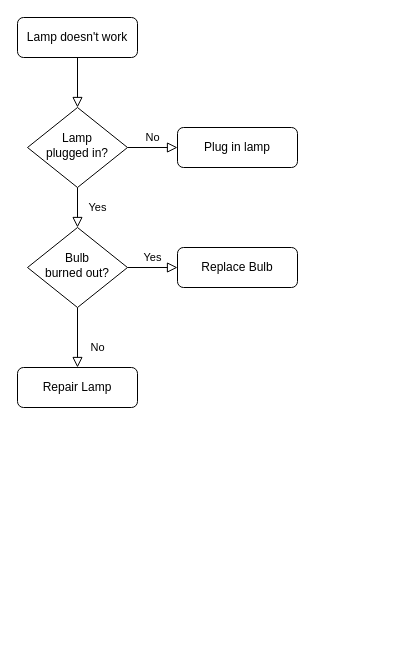
Earlier version of the draw.io diagram Hangman.drawio (matpengfc/Python-Bootcamp). Source tidied: cells renumbered, new cells numbered last; positions are measured from the earlier drawing's top-left corner, leaving out a move shared by most shapes. Both pictures are drawn from the tidied source at 100%, with x=0, y=0 at pixel (17, 17).
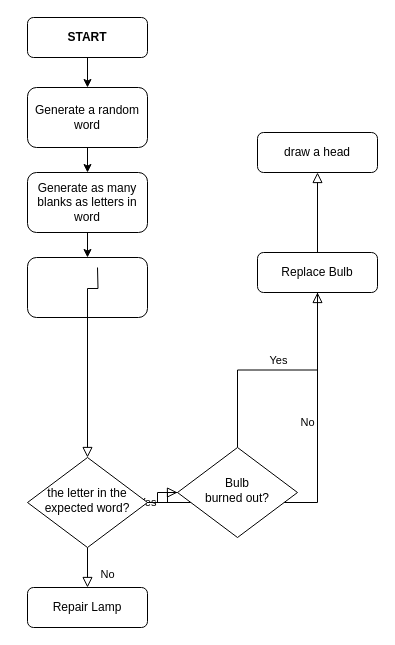
The same diagram, later.

The edit, as a diff of the source:
```diff
@@
-    <mxCell id="2" style="rounded=0;html=1;jettySize=auto;fontSize=11;endArrow=block;endFill=0;endSize=8;strokeWidth=1;shadow=0;labelBackgroundColor=none;edgeStyle=orthogonalEdgeStyle;" parent="1" edge="1" source="3" target="6">
+    <mxCell id="2" style="rounded=0;html=1;jettySize=auto;fontSize=11;endArrow=block;endFill=0;endSize=8;strokeWidth=1;shadow=0;labelBackgroundColor=none;edgeStyle=orthogonalEdgeStyle;startArrow=none;" parent="1" edge="1" source="19" target="6">
       <mxGeometry relative="1" as="geometry" />
     </mxCell>
-    <mxCell id="3" value="Lamp doesn't work" style="rounded=1;whiteSpace=wrap;html=1;fontSize=12;glass=0;strokeWidth=1;shadow=0;" parent="1" vertex="1">
-      <mxGeometry width="120" height="40" as="geometry" />
+    <mxCell id="3" value="&lt;b&gt;START&lt;/b&gt;" style="rounded=1;whiteSpace=wrap;html=1;fontSize=12;glass=0;strokeWidth=1;shadow=0;" parent="1" vertex="1">
+      <mxGeometry x="10" width="120" height="40" as="geometry" />
     </mxCell>
@@
-    <mxCell id="6" value="Lamp&lt;br&gt;plugged in?" style="rhombus;whiteSpace=wrap;html=1;shadow=0;fontFamily=Helvetica;fontSize=12;align=center;strokeWidth=1;spacing=6;spacingTop=-4;" parent="1" vertex="1">
-      <mxGeometry x="10" y="90" width="100" height="80" as="geometry" />
-    </mxCell>
-    <mxCell id="7" value="Plug in lamp" style="rounded=1;whiteSpace=wrap;html=1;fontSize=12;glass=0;strokeWidth=1;shadow=0;" parent="1" vertex="1">
-      <mxGeometry x="160" y="110" width="120" height="40" as="geometry" />
+    <mxCell id="7" value="draw a head" style="rounded=1;whiteSpace=wrap;html=1;fontSize=12;glass=0;strokeWidth=1;shadow=0;" parent="1" vertex="1">
+      <mxGeometry x="240" y="115" width="120" height="40" as="geometry" />
     </mxCell>
-    <mxCell id="8" value="No" style="rounded=0;html=1;jettySize=auto;fontSize=11;endArrow=block;endFill=0;endSize=8;strokeWidth=1;shadow=0;labelBackgroundColor=none;edgeStyle=orthogonalEdgeStyle;" parent="1" edge="1" source="10" target="11">
+    <mxCell id="8" value="No" style="rounded=0;html=1;jettySize=auto;fontSize=11;endArrow=block;endFill=0;endSize=8;strokeWidth=1;shadow=0;labelBackgroundColor=none;edgeStyle=orthogonalEdgeStyle;startArrow=none;" parent="1" edge="1" source="6" target="11">
       <mxGeometry x="0.33" y="20" relative="1" as="geometry" />
     </mxCell>
@@
     <mxCell id="10" value="Bulb&lt;br&gt;burned out?" style="rhombus;whiteSpace=wrap;html=1;shadow=0;fontFamily=Helvetica;fontSize=12;align=center;strokeWidth=1;spacing=6;spacingTop=-4;" parent="1" vertex="1">
-      <mxGeometry x="10" y="210" width="100" height="80" as="geometry" />
+      <mxGeometry x="160" y="430" width="120" height="90" as="geometry" />
     </mxCell>
     <mxCell id="11" value="Repair Lamp" style="rounded=1;whiteSpace=wrap;html=1;fontSize=12;glass=0;strokeWidth=1;shadow=0;" parent="1" vertex="1">
-      <mxGeometry y="350" width="120" height="40" as="geometry" />
+      <mxGeometry x="10" y="570" width="120" height="40" as="geometry" />
     </mxCell>
     <mxCell id="12" value="Replace Bulb" style="rounded=1;whiteSpace=wrap;html=1;fontSize=12;glass=0;strokeWidth=1;shadow=0;" parent="1" vertex="1">
-      <mxGeometry x="160" y="230" width="120" height="40" as="geometry" />
+      <mxGeometry x="240" y="235" width="120" height="40" as="geometry" />
     </mxCell>
+    <mxCell id="13" style="edgeStyle=orthogonalEdgeStyle;rounded=0;jettySize=auto;html=1;" parent="1" edge="1" source="3" target="15">
+      <mxGeometry relative="1" as="geometry" />
+    </mxCell>
+    <mxCell id="14" style="edgeStyle=orthogonalEdgeStyle;rounded=0;jettySize=auto;html=1;" parent="1" edge="1" source="15" target="17">
+      <mxGeometry relative="1" as="geometry" />
+    </mxCell>
+    <mxCell id="15" value="Generate a random word" style="rounded=1;whiteSpace=wrap;html=1;" parent="1" vertex="1">
+      <mxGeometry x="10" y="70" width="120" height="60" as="geometry" />
+    </mxCell>
+    <mxCell id="16" style="edgeStyle=orthogonalEdgeStyle;rounded=0;jettySize=auto;html=1;exitX=0.5;exitY=1;exitDx=0;exitDy=0;entryX=0.5;entryY=0;entryDx=0;entryDy=0;" parent="1" edge="1" source="17" target="19">
+      <mxGeometry relative="1" as="geometry" />
+    </mxCell>
+    <mxCell id="17" value="Generate as many blanks as letters in word" style="rounded=1;whiteSpace=wrap;html=1;" parent="1" vertex="1">
+      <mxGeometry x="10" y="155" width="120" height="60" as="geometry" />
+    </mxCell>
+    <mxCell id="6" value="the letter in the expected word?" style="rhombus;whiteSpace=wrap;html=1;shadow=0;fontFamily=Helvetica;fontSize=12;align=center;strokeWidth=1;spacing=6;spacingTop=-4;" parent="1" vertex="1">
+      <mxGeometry x="10" y="440" width="120" height="90" as="geometry" />
+    </mxCell>
+    <mxCell id="18" style="rounded=0;html=1;jettySize=auto;fontSize=11;endArrow=none;endFill=0;endSize=8;strokeWidth=1;shadow=0;labelBackgroundColor=none;edgeStyle=orthogonalEdgeStyle;" parent="1" edge="1" source="10" target="6">
+      <mxGeometry x="0.33" y="20" relative="1" as="geometry" />
+    </mxCell>
+    <mxCell id="19" style="rounded=1;whiteSpace=wrap;html=1;" parent="1" vertex="1">
+      <mxGeometry x="10" y="240" width="120" height="60" as="geometry" />
+    </mxCell>
+    <mxCell id="20" style="rounded=0;html=1;jettySize=auto;fontSize=11;endArrow=none;endFill=0;endSize=8;strokeWidth=1;shadow=0;labelBackgroundColor=none;edgeStyle=orthogonalEdgeStyle;" parent="1" edge="1" target="19">
+      <mxGeometry relative="1" as="geometry">
+        <mxPoint x="80" y="250" as="sourcePoint" />
+      </mxGeometry>
+    </mxCell>
```
